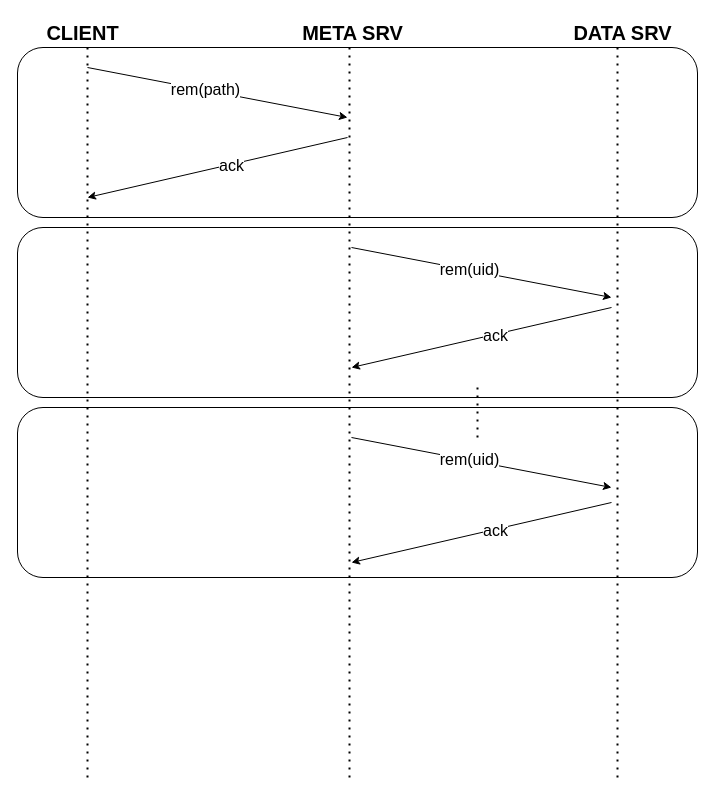
Above: diagrams/requests/rem request.drawio in ale99WGiais/tesina_iot (draw.io), before the change. Source tidied: cells renumbered, new cells numbered last; positions are measured from the earlier drawing's top-left corner, leaving out a move shared by most shapes. Both pictures are drawn from the tidied source at 100%, with x=0, y=0 at pixel (17, 17).
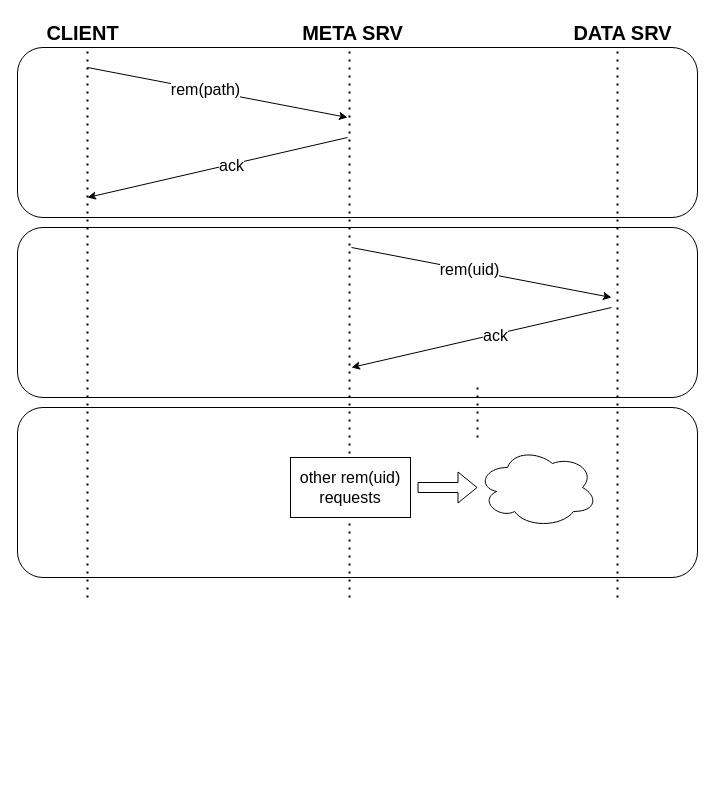
The same diagram, later.

Diff of the diagram source:
```diff
@@
     <mxCell id="5" style="endArrow=none;dashed=1;html=1;dashPattern=1 3;strokeWidth=2;fontSize=12;" parent="1" edge="1">
       <mxGeometry relative="1" as="geometry">
-        <mxPoint x="332" y="760" as="sourcePoint" />
+        <mxPoint x="332" y="580" as="sourcePoint" />
         <mxPoint x="332" y="30" as="targetPoint" />
       </mxGeometry>
     </mxCell>
@@
     <mxCell id="11" style="endArrow=none;dashed=1;html=1;dashPattern=1 3;strokeWidth=2;fontSize=12;" parent="1" edge="1">
       <mxGeometry relative="1" as="geometry">
-        <mxPoint x="70" y="760" as="sourcePoint" />
+        <mxPoint x="70" y="580" as="sourcePoint" />
         <mxPoint x="70" y="30" as="targetPoint" />
       </mxGeometry>
     </mxCell>
     <mxCell id="12" style="endArrow=none;dashed=1;html=1;dashPattern=1 3;strokeWidth=2;fontSize=12;" parent="1" edge="1">
       <mxGeometry relative="1" as="geometry">
-        <mxPoint x="600" y="760" as="sourcePoint" />
+        <mxPoint x="600" y="580" as="sourcePoint" />
         <mxPoint x="600" y="30" as="targetPoint" />
       </mxGeometry>
     </mxCell>
@@
-    <mxCell id="17" style="endArrow=classic;html=1;fontSize=20;" parent="1" edge="1">
-      <mxGeometry relative="1" as="geometry">
-        <mxPoint x="334" y="420" as="sourcePoint" />
-        <mxPoint x="594" y="470" as="targetPoint" />
-      </mxGeometry>
-    </mxCell>
-    <mxCell id="18" value="&lt;div&gt;rem(uid)&lt;/div&gt;" style="edgeLabel;html=1;align=center;verticalAlign=middle;fontSize=16;" parent="17" vertex="1">
-      <mxGeometry x="-0.1" y="1" relative="1" as="geometry" />
-    </mxCell>
@@
-    <mxCell id="22" style="endArrow=classic;html=1;fontSize=20;" parent="1" edge="1">
-      <mxGeometry relative="1" as="geometry">
-        <mxPoint x="594" y="485" as="sourcePoint" />
-        <mxPoint x="334" y="545" as="targetPoint" />
-      </mxGeometry>
-    </mxCell>
-    <mxCell id="23" value="&lt;div&gt;ack&lt;/div&gt;" style="edgeLabel;html=1;align=center;verticalAlign=middle;fontSize=16;" parent="22" vertex="1">
-      <mxGeometry x="-0.1" y="1" relative="1" as="geometry" />
-    </mxCell>
+    <mxCell id="24" style="ellipse;shape=cloud;whiteSpace=wrap;html=1;fontSize=16;" parent="1" vertex="1">
+      <mxGeometry x="460" y="430" width="120" height="80" as="geometry" />
+    </mxCell>
+    <mxCell id="25" value="other rem(uid) requests" style="rounded=0;whiteSpace=wrap;html=1;fontSize=16;" parent="1" vertex="1">
+      <mxGeometry x="273" y="440" width="120" height="60" as="geometry" />
+    </mxCell>
+    <mxCell id="26" style="shape=flexArrow;endArrow=classic;html=1;fontSize=16;" parent="1" edge="1">
+      <mxGeometry relative="1" as="geometry">
+        <mxPoint x="400" y="470" as="sourcePoint" />
+        <mxPoint x="460" y="470" as="targetPoint" />
+      </mxGeometry>
+    </mxCell>
```
